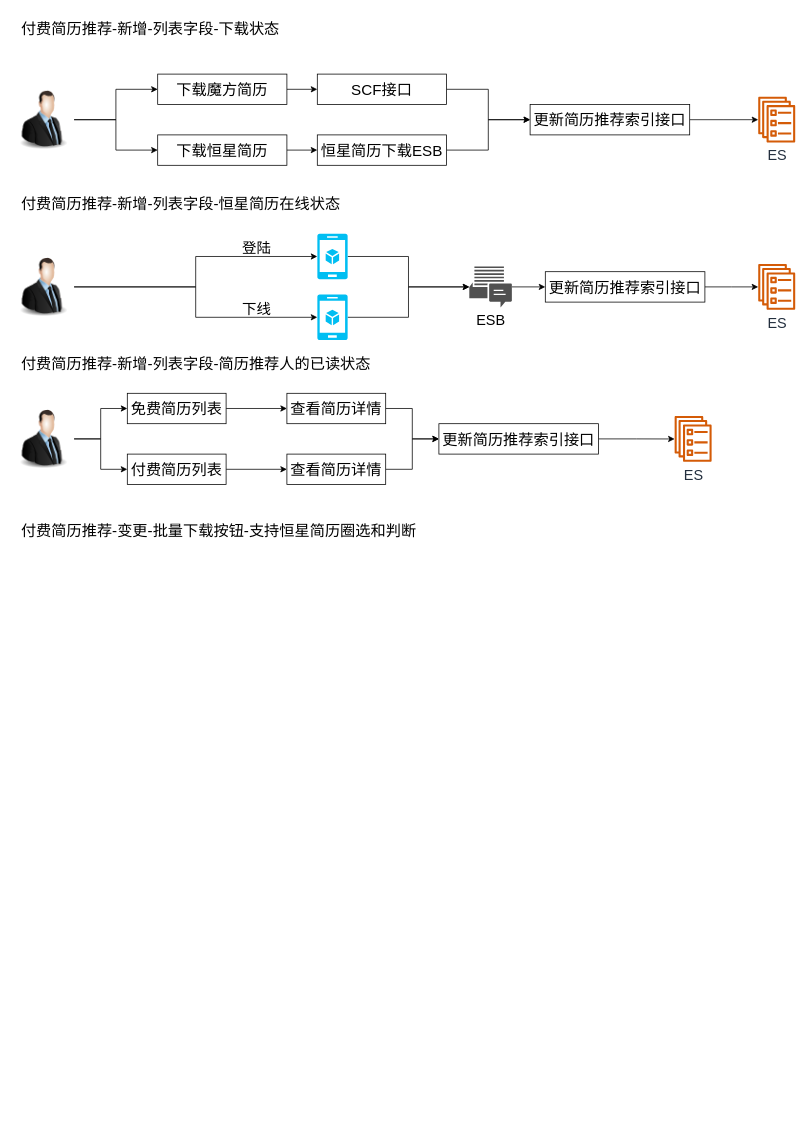
The draw.io diagram 邀约管理优化3.0.drawio in LuOyEbY/draw-b, before the edit. Source tidied: cells renumbered, new cells numbered last; positions are measured from the earlier drawing's top-left corner, leaving out a move shared by most shapes. Both pictures are drawn from the tidied source at 76%, with x=0, y=0 at pixel (13, 13).
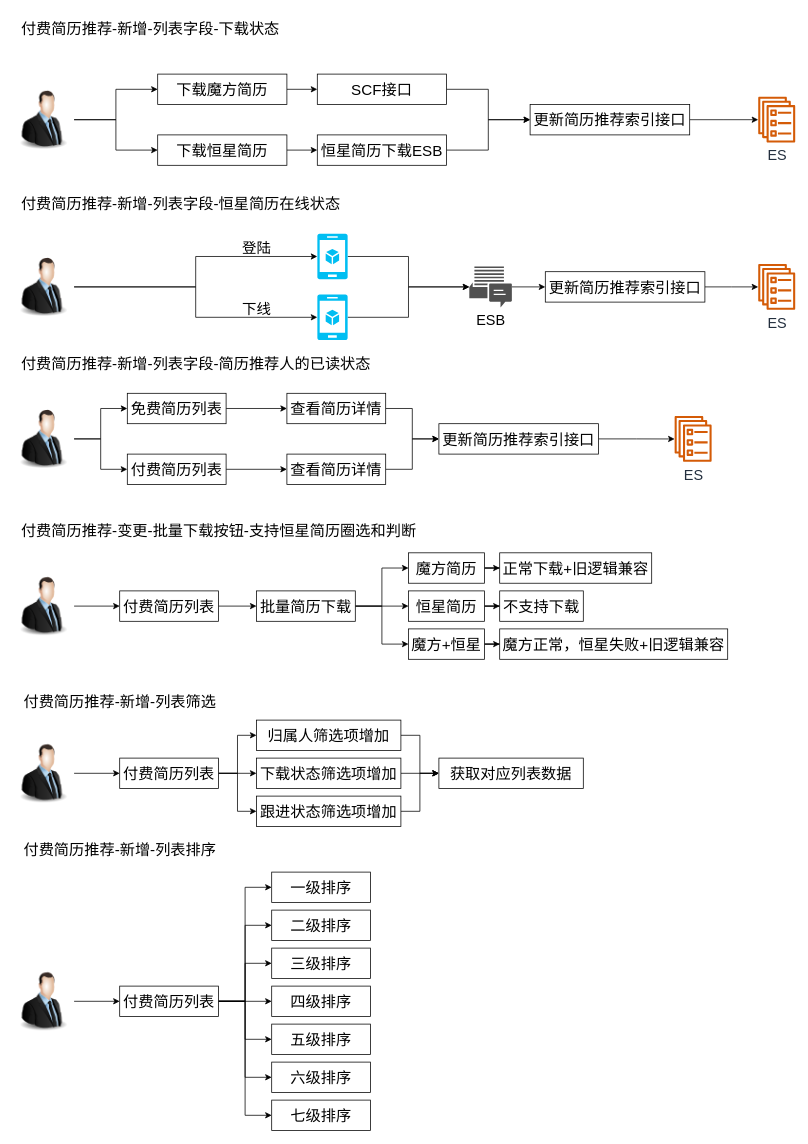
Above is the later version.

Commit message:
更新邀约管理优化3.0.drawio

Diff of the diagram source:
```diff
@@
+    <mxCell id="48" style="edgeStyle=orthogonalEdgeStyle;rounded=0;jettySize=auto;html=1;entryX=0;entryY=0.5;entryDx=0;entryDy=0;fontSize=19;" parent="1" edge="1" source="49" target="51">
+      <mxGeometry relative="1" as="geometry" />
+    </mxCell>
+    <mxCell id="49" style="image;html=1;image=img/lib/clip_art/people/Suit_Man_128x128.png;fontSize=20;" parent="1" vertex="1">
+      <mxGeometry y="740" width="80" height="80" as="geometry" />
+    </mxCell>
+    <mxCell id="50" style="edgeStyle=orthogonalEdgeStyle;rounded=0;jettySize=auto;html=1;entryX=0;entryY=0.5;entryDx=0;entryDy=0;fontSize=19;" parent="1" edge="1" source="51" target="55">
+      <mxGeometry relative="1" as="geometry" />
+    </mxCell>
+    <mxCell id="51" value="付费简历列表" style="rounded=0;whiteSpace=wrap;html=1;fontSize=20;" parent="1" vertex="1">
+      <mxGeometry x="140" y="760" width="130" height="40" as="geometry" />
+    </mxCell>
+    <mxCell id="52" style="edgeStyle=orthogonalEdgeStyle;rounded=0;jettySize=auto;html=1;entryX=0;entryY=0.5;entryDx=0;entryDy=0;fontSize=19;" parent="1" edge="1" source="55" target="57">
+      <mxGeometry relative="1" as="geometry" />
+    </mxCell>
+    <mxCell id="53" style="edgeStyle=orthogonalEdgeStyle;rounded=0;jettySize=auto;html=1;" parent="1" edge="1" source="55" target="59">
+      <mxGeometry relative="1" as="geometry" />
+    </mxCell>
+    <mxCell id="54" style="edgeStyle=orthogonalEdgeStyle;rounded=0;jettySize=auto;html=1;entryX=0;entryY=0.5;entryDx=0;entryDy=0;" parent="1" edge="1" source="55" target="61">
+      <mxGeometry relative="1" as="geometry" />
+    </mxCell>
+    <mxCell id="55" value="批量简历下载" style="rounded=0;whiteSpace=wrap;html=1;fontSize=20;" parent="1" vertex="1">
+      <mxGeometry x="320" y="760" width="130" height="40" as="geometry" />
+    </mxCell>
+    <mxCell id="56" style="edgeStyle=orthogonalEdgeStyle;rounded=0;jettySize=auto;html=1;entryX=0;entryY=0.5;entryDx=0;entryDy=0;" parent="1" edge="1" source="57" target="62">
+      <mxGeometry relative="1" as="geometry" />
+    </mxCell>
+    <mxCell id="57" value="魔方简历" style="rounded=0;whiteSpace=wrap;html=1;fontSize=20;" parent="1" vertex="1">
+      <mxGeometry x="520" y="709.9" width="100" height="40" as="geometry" />
+    </mxCell>
+    <mxCell id="58" style="edgeStyle=orthogonalEdgeStyle;rounded=0;jettySize=auto;html=1;entryX=0;entryY=0.5;entryDx=0;entryDy=0;" parent="1" edge="1" source="59" target="63">
+      <mxGeometry relative="1" as="geometry" />
+    </mxCell>
+    <mxCell id="59" value="恒星简历" style="rounded=0;whiteSpace=wrap;html=1;fontSize=20;" parent="1" vertex="1">
+      <mxGeometry x="520" y="760" width="100" height="40" as="geometry" />
+    </mxCell>
+    <mxCell id="60" style="edgeStyle=orthogonalEdgeStyle;rounded=0;jettySize=auto;html=1;" parent="1" edge="1" source="61" target="64">
+      <mxGeometry relative="1" as="geometry" />
+    </mxCell>
+    <mxCell id="61" value="魔方+恒星" style="rounded=0;whiteSpace=wrap;html=1;fontSize=20;" parent="1" vertex="1">
+      <mxGeometry x="520" y="810" width="100" height="40" as="geometry" />
+    </mxCell>
+    <mxCell id="62" value="正常下载+旧逻辑兼容" style="rounded=0;whiteSpace=wrap;html=1;fontSize=20;" parent="1" vertex="1">
+      <mxGeometry x="640" y="709.9" width="200" height="40" as="geometry" />
+    </mxCell>
+    <mxCell id="63" value="不支持下载" style="rounded=0;whiteSpace=wrap;html=1;fontSize=20;" parent="1" vertex="1">
+      <mxGeometry x="640" y="760" width="110" height="40" as="geometry" />
+    </mxCell>
+    <mxCell id="64" value="魔方正常，恒星失败+旧逻辑兼容" style="rounded=0;whiteSpace=wrap;html=1;fontSize=20;" parent="1" vertex="1">
+      <mxGeometry x="640" y="810" width="300" height="40" as="geometry" />
+    </mxCell>
+    <mxCell id="65" value="付费简历推荐-新增-列表筛选" style="text;html=1;align=center;verticalAlign=middle;strokeColor=none;fillColor=none;fontSize=20;" parent="1" vertex="1">
+      <mxGeometry y="885" width="280" height="40" as="geometry" />
+    </mxCell>
+    <mxCell id="66" style="edgeStyle=orthogonalEdgeStyle;rounded=0;jettySize=auto;html=1;entryX=0;entryY=0.5;entryDx=0;entryDy=0;fontSize=20;" parent="1" edge="1" source="67" target="71">
+      <mxGeometry relative="1" as="geometry" />
+    </mxCell>
+    <mxCell id="67" style="image;html=1;image=img/lib/clip_art/people/Suit_Man_128x128.png;fontSize=20;" parent="1" vertex="1">
+      <mxGeometry y="960" width="80" height="80" as="geometry" />
+    </mxCell>
+    <mxCell id="68" style="edgeStyle=orthogonalEdgeStyle;rounded=0;jettySize=auto;html=1;fontSize=20;" parent="1" edge="1" source="71" target="75">
+      <mxGeometry relative="1" as="geometry" />
+    </mxCell>
+    <mxCell id="69" style="edgeStyle=orthogonalEdgeStyle;rounded=0;jettySize=auto;html=1;entryX=0;entryY=0.5;entryDx=0;entryDy=0;fontSize=20;" parent="1" edge="1" source="71" target="77">
+      <mxGeometry relative="1" as="geometry" />
+    </mxCell>
+    <mxCell id="70" style="edgeStyle=orthogonalEdgeStyle;rounded=0;jettySize=auto;html=1;entryX=0;entryY=0.5;entryDx=0;entryDy=0;fontSize=20;" parent="1" edge="1" source="71" target="73">
+      <mxGeometry relative="1" as="geometry" />
+    </mxCell>
+    <mxCell id="71" value="付费简历列表" style="rounded=0;whiteSpace=wrap;html=1;fontSize=20;" parent="1" vertex="1">
+      <mxGeometry x="140" y="980" width="130" height="40" as="geometry" />
+    </mxCell>
+    <mxCell id="72" style="edgeStyle=orthogonalEdgeStyle;rounded=0;jettySize=auto;html=1;entryX=0;entryY=0.5;entryDx=0;entryDy=0;fontSize=20;" parent="1" edge="1" source="73" target="78">
+      <mxGeometry relative="1" as="geometry" />
+    </mxCell>
+    <mxCell id="73" value="归属人筛选项增加" style="rounded=0;whiteSpace=wrap;html=1;fontSize=20;" parent="1" vertex="1">
+      <mxGeometry x="320" y="930" width="190" height="40" as="geometry" />
+    </mxCell>
+    <mxCell id="74" style="edgeStyle=orthogonalEdgeStyle;rounded=0;jettySize=auto;html=1;fontSize=20;" parent="1" edge="1" source="75" target="78">
+      <mxGeometry relative="1" as="geometry" />
+    </mxCell>
+    <mxCell id="75" value="下载状态筛选项增加" style="rounded=0;whiteSpace=wrap;html=1;fontSize=20;" parent="1" vertex="1">
+      <mxGeometry x="320" y="980" width="190" height="40" as="geometry" />
+    </mxCell>
+    <mxCell id="76" style="edgeStyle=orthogonalEdgeStyle;rounded=0;jettySize=auto;html=1;entryX=0;entryY=0.5;entryDx=0;entryDy=0;fontSize=20;" parent="1" edge="1" source="77" target="78">
+      <mxGeometry relative="1" as="geometry" />
+    </mxCell>
+    <mxCell id="77" value="跟进状态筛选项增加" style="rounded=0;whiteSpace=wrap;html=1;fontSize=20;" parent="1" vertex="1">
+      <mxGeometry x="320" y="1030" width="190" height="40" as="geometry" />
+    </mxCell>
+    <mxCell id="78" value="获取对应列表数据" style="rounded=0;whiteSpace=wrap;html=1;fontSize=20;" parent="1" vertex="1">
+      <mxGeometry x="560" y="980" width="190" height="40" as="geometry" />
+    </mxCell>
+    <mxCell id="79" value="付费简历推荐-新增-列表排序" style="text;html=1;align=center;verticalAlign=middle;strokeColor=none;fillColor=none;fontSize=20;" parent="1" vertex="1">
+      <mxGeometry y="1080" width="280" height="40" as="geometry" />
+    </mxCell>
+    <mxCell id="80" style="edgeStyle=orthogonalEdgeStyle;rounded=0;jettySize=auto;html=1;entryX=0;entryY=0.5;entryDx=0;entryDy=0;fontSize=20;" parent="1" edge="1" source="81" target="89">
+      <mxGeometry relative="1" as="geometry" />
+    </mxCell>
+    <mxCell id="81" style="image;html=1;image=img/lib/clip_art/people/Suit_Man_128x128.png;fontSize=20;" parent="1" vertex="1">
+      <mxGeometry y="1260" width="80" height="80" as="geometry" />
+    </mxCell>
+    <mxCell id="82" style="edgeStyle=orthogonalEdgeStyle;rounded=0;jettySize=auto;html=1;entryX=0;entryY=0.5;entryDx=0;entryDy=0;fontSize=20;" parent="1" edge="1" source="89" target="90">
+      <mxGeometry relative="1" as="geometry" />
+    </mxCell>
+    <mxCell id="83" style="edgeStyle=orthogonalEdgeStyle;rounded=0;jettySize=auto;html=1;entryX=0;entryY=0.5;entryDx=0;entryDy=0;fontSize=20;" parent="1" edge="1" source="89" target="91">
+      <mxGeometry relative="1" as="geometry" />
+    </mxCell>
+    <mxCell id="84" style="edgeStyle=orthogonalEdgeStyle;rounded=0;jettySize=auto;html=1;entryX=0;entryY=0.5;entryDx=0;entryDy=0;fontSize=20;" parent="1" edge="1" source="89" target="92">
+      <mxGeometry relative="1" as="geometry" />
+    </mxCell>
+    <mxCell id="85" style="edgeStyle=orthogonalEdgeStyle;rounded=0;jettySize=auto;html=1;entryX=0;entryY=0.5;entryDx=0;entryDy=0;fontSize=20;" parent="1" edge="1" source="89" target="93">
+      <mxGeometry relative="1" as="geometry" />
+    </mxCell>
+    <mxCell id="86" style="edgeStyle=orthogonalEdgeStyle;rounded=0;jettySize=auto;html=1;entryX=0;entryY=0.5;entryDx=0;entryDy=0;fontSize=20;" parent="1" edge="1" source="89" target="94">
+      <mxGeometry relative="1" as="geometry" />
+    </mxCell>
+    <mxCell id="87" style="edgeStyle=orthogonalEdgeStyle;rounded=0;jettySize=auto;html=1;entryX=0;entryY=0.5;entryDx=0;entryDy=0;fontSize=20;" parent="1" edge="1" source="89" target="96">
+      <mxGeometry relative="1" as="geometry" />
+    </mxCell>
+    <mxCell id="88" style="edgeStyle=orthogonalEdgeStyle;rounded=0;jettySize=auto;html=1;entryX=0;entryY=0.5;entryDx=0;entryDy=0;fontSize=20;" parent="1" edge="1" source="89" target="95">
+      <mxGeometry relative="1" as="geometry" />
+    </mxCell>
+    <mxCell id="89" value="付费简历列表" style="rounded=0;whiteSpace=wrap;html=1;fontSize=20;" parent="1" vertex="1">
+      <mxGeometry x="140" y="1280" width="130" height="40" as="geometry" />
+    </mxCell>
+    <mxCell id="90" value="一级排序" style="rounded=0;whiteSpace=wrap;html=1;fontSize=20;" parent="1" vertex="1">
+      <mxGeometry x="340" y="1130" width="130" height="40" as="geometry" />
+    </mxCell>
+    <mxCell id="91" value="二级排序" style="rounded=0;whiteSpace=wrap;html=1;fontSize=20;" parent="1" vertex="1">
+      <mxGeometry x="340" y="1180" width="130" height="40" as="geometry" />
+    </mxCell>
+    <mxCell id="92" value="三级排序" style="rounded=0;whiteSpace=wrap;html=1;fontSize=20;" parent="1" vertex="1">
+      <mxGeometry x="340" y="1230" width="130" height="40" as="geometry" />
+    </mxCell>
+    <mxCell id="93" value="四级排序" style="rounded=0;whiteSpace=wrap;html=1;fontSize=20;" parent="1" vertex="1">
+      <mxGeometry x="340" y="1280" width="130" height="40" as="geometry" />
+    </mxCell>
+    <mxCell id="94" value="五级排序" style="rounded=0;whiteSpace=wrap;html=1;fontSize=20;" parent="1" vertex="1">
+      <mxGeometry x="340" y="1330" width="130" height="40" as="geometry" />
+    </mxCell>
+    <mxCell id="95" value="七级排序" style="rounded=0;whiteSpace=wrap;html=1;fontSize=20;" parent="1" vertex="1">
+      <mxGeometry x="340" y="1430" width="130" height="40" as="geometry" />
+    </mxCell>
+    <mxCell id="96" value="六级排序" style="rounded=0;whiteSpace=wrap;html=1;fontSize=20;" parent="1" vertex="1">
+      <mxGeometry x="340" y="1380" width="130" height="40" as="geometry" />
+    </mxCell>
```
